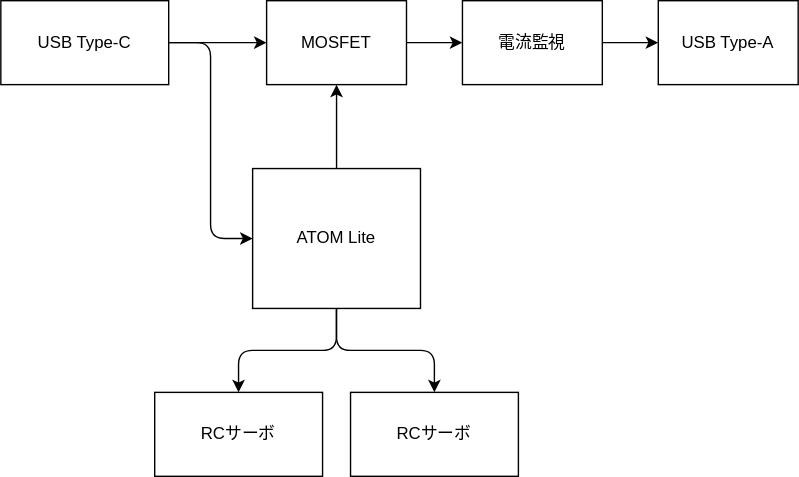
Before: doc/design/img/blockDiagram.drawio.svg, a diagram exported from draw.io (mi83ki/tello-charger). Source tidied: cells renumbered, new cells last; positions are measured from the earlier drawing's top-left corner, leaving out a move shared by most shapes.
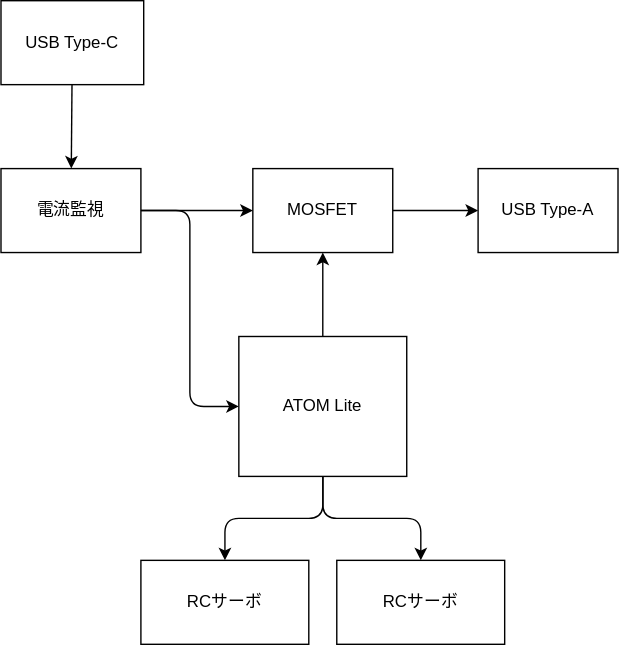
The same file after the commit.

Commit message:
[doc][design] Update block diagram

Diff of the diagram source:
```diff
@@ -14,11 +14,8 @@
     <mxCell id="5" value="ATOM Lite" style="rounded=0;whiteSpace=wrap;html=1;" parent="1" vertex="1">
       <mxGeometry x="180" y="120" width="120" height="100" as="geometry" />
     </mxCell>
-    <mxCell id="6" style="edgeStyle=none;html=1;" parent="1" edge="1" source="7" target="12">
-      <mxGeometry relative="1" as="geometry" />
-    </mxCell>
     <mxCell id="7" value="電流監視" style="rounded=0;whiteSpace=wrap;html=1;" parent="1" vertex="1">
-      <mxGeometry x="330" width="100" height="60" as="geometry" />
+      <mxGeometry x="10" width="100" height="60" as="geometry" />
     </mxCell>
     <mxCell id="8" value="RCサーボ" style="rounded=0;whiteSpace=wrap;html=1;" parent="1" vertex="1">
       <mxGeometry x="110" y="280" width="120" height="60" as="geometry" />
@@ -26,23 +23,26 @@
     <mxCell id="9" value="RCサーボ" style="rounded=0;whiteSpace=wrap;html=1;" parent="1" vertex="1">
       <mxGeometry x="250" y="280" width="120" height="60" as="geometry" />
     </mxCell>
-    <mxCell id="10" style="edgeStyle=none;html=1;" parent="1" edge="1" source="11" target="7">
-      <mxGeometry relative="1" as="geometry" />
-    </mxCell>
+    <mxCell id="16" style="edgeStyle=none;html=1;" parent="1" edge="1" source="11" target="12">
+      <mxGeometry relative="1" as="geometry" />
+    </mxCell>
     <mxCell id="11" value="MOSFET" style="rounded=0;whiteSpace=wrap;html=1;" parent="1" vertex="1">
       <mxGeometry x="190" width="100" height="60" as="geometry" />
     </mxCell>
     <mxCell id="12" value="USB Type-A" style="rounded=0;whiteSpace=wrap;html=1;" parent="1" vertex="1">
-      <mxGeometry x="470" width="100" height="60" as="geometry" />
+      <mxGeometry x="351" width="100" height="60" as="geometry" />
     </mxCell>
-    <mxCell id="13" style="edgeStyle=orthogonalEdgeStyle;html=1;entryX=0;entryY=0.5;entryDx=0;entryDy=0;" parent="1" edge="1" source="15" target="5">
+    <mxCell id="13" style="edgeStyle=orthogonalEdgeStyle;html=1;entryX=0;entryY=0.5;entryDx=0;entryDy=0;" parent="1" edge="1" source="7" target="5">
       <mxGeometry relative="1" as="geometry" />
     </mxCell>
-    <mxCell id="14" style="edgeStyle=orthogonalEdgeStyle;html=1;" parent="1" edge="1" source="15" target="11">
+    <mxCell id="14" style="edgeStyle=orthogonalEdgeStyle;html=1;" parent="1" edge="1" source="7" target="11">
       <mxGeometry relative="1" as="geometry" />
     </mxCell>
+    <mxCell id="17" style="edgeStyle=none;html=1;" parent="1" edge="1" source="15" target="7">
+      <mxGeometry relative="1" as="geometry" />
+    </mxCell>
     <mxCell id="15" value="USB Type-C" style="rounded=0;whiteSpace=wrap;html=1;" parent="1" vertex="1">
-      <mxGeometry width="120" height="60" as="geometry" />
+      <mxGeometry x="10" y="-120" width="102" height="60" as="geometry" />
     </mxCell>
   </root>
 </mxGraphModel>
```
